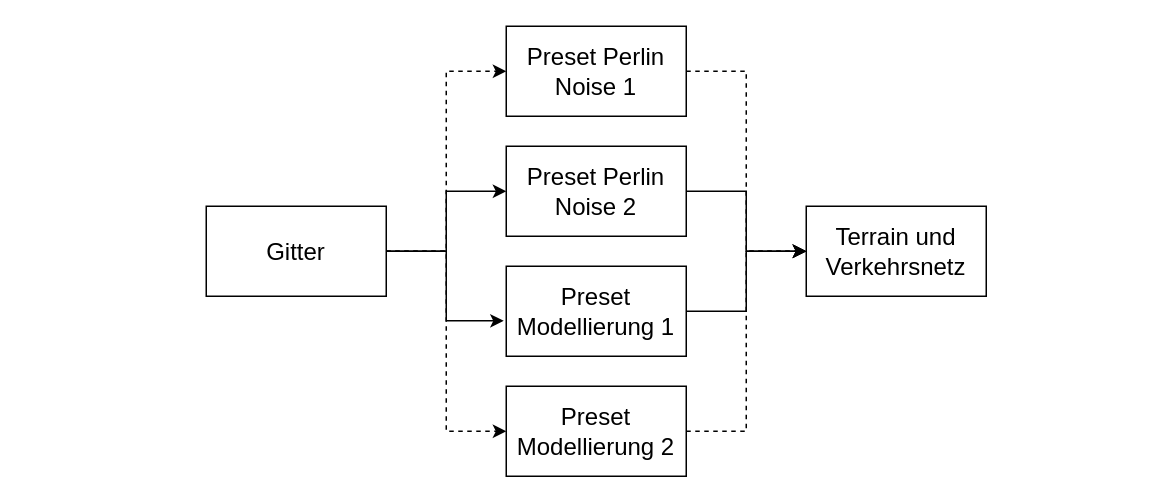
Earlier version of the draw.io diagram page "Page-11" (10 of 10) of Untitled Diagram.drawio (IMGSaibh/Links). Source tidied: cells renumbered, new cells numbered last; positions are measured from the earlier drawing's top-left corner, leaving out a move shared by most shapes. Both pictures are drawn from the tidied source at 150%, with x=0, y=0 at pixel (206, 26).
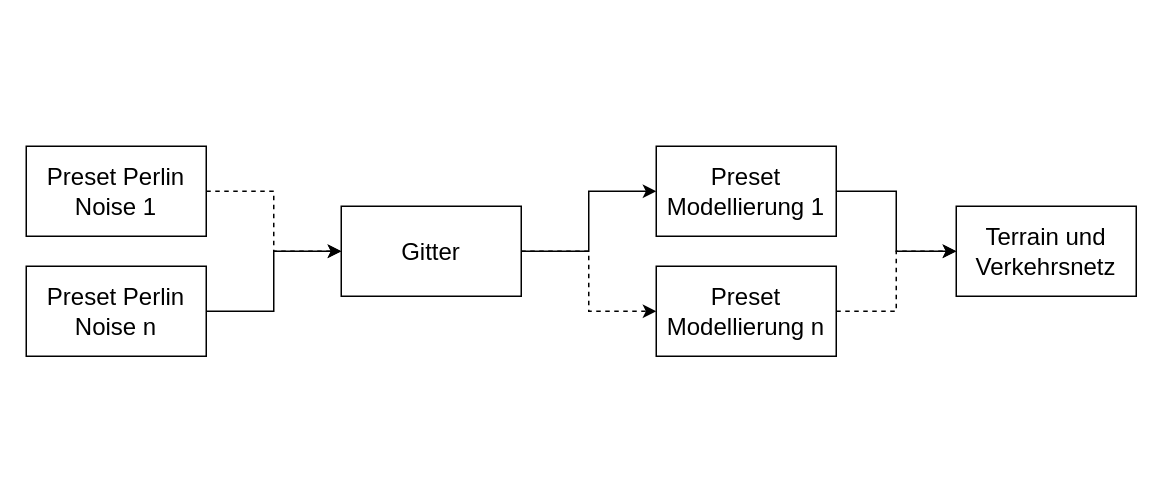
The same page after the edit.

Change to the diagram source:
```diff
@@
 <mxGraphModel>
   <root>
     <mxCell id="0" />
     <mxCell id="1" parent="0" />
-    <mxCell id="2" style="edgeStyle=orthogonalEdgeStyle;rounded=0;jettySize=auto;html=1;exitX=1;exitY=0.5;exitDx=0;exitDy=0;entryX=0;entryY=0.5;entryDx=0;entryDy=0;fontSize=16;" parent="1" edge="1" source="6" target="13">
-      <mxGeometry relative="1" as="geometry" />
-    </mxCell>
-    <mxCell id="3" style="edgeStyle=orthogonalEdgeStyle;rounded=0;jettySize=auto;html=1;exitX=1;exitY=0.5;exitDx=0;exitDy=0;entryX=0;entryY=0.5;entryDx=0;entryDy=0;fontSize=16;dashed=1;" parent="1" edge="1" source="6" target="9">
-      <mxGeometry relative="1" as="geometry" />
-    </mxCell>
-    <mxCell id="4" style="edgeStyle=orthogonalEdgeStyle;rounded=0;jettySize=auto;html=1;exitX=1;exitY=0.5;exitDx=0;exitDy=0;entryX=-0.014;entryY=0.606;entryDx=0;entryDy=0;entryPerimeter=0;fontSize=16;" parent="1" edge="1" source="6" target="11">
+    <mxCell id="4" style="edgeStyle=orthogonalEdgeStyle;rounded=0;jettySize=auto;html=1;exitX=1;exitY=0.5;exitDx=0;exitDy=0;entryX=0;entryY=0.5;entryDx=0;entryDy=0;fontSize=16;" parent="1" edge="1" source="6" target="11">
       <mxGeometry relative="1" as="geometry" />
     </mxCell>
     <mxCell id="5" style="edgeStyle=orthogonalEdgeStyle;rounded=0;jettySize=auto;html=1;exitX=1;exitY=0.5;exitDx=0;exitDy=0;entryX=0;entryY=0.5;entryDx=0;entryDy=0;fontSize=16;dashed=1;" parent="1" edge="1" source="6" target="15">
       <mxGeometry relative="1" as="geometry" />
     </mxCell>
     <mxCell id="6" value="&lt;font style=&quot;font-size: 16px;&quot;&gt;Gitter&lt;/font&gt;" style="rounded=0;whiteSpace=wrap;html=1;fillColor=none;" parent="1" vertex="1">
-      <mxGeometry y="120" width="120" height="60" as="geometry" />
+      <mxGeometry x="90" y="120" width="120" height="60" as="geometry" />
     </mxCell>
     <mxCell id="7" value="&lt;font style=&quot;font-size: 16px;&quot;&gt;Terrain und Verkehrsnetz&lt;/font&gt;" style="rounded=0;whiteSpace=wrap;html=1;fillColor=none;" parent="1" vertex="1">
-      <mxGeometry x="400" y="120" width="120" height="60" as="geometry" />
+      <mxGeometry x="500" y="120" width="120" height="60" as="geometry" />
     </mxCell>
-    <mxCell id="8" style="edgeStyle=orthogonalEdgeStyle;rounded=0;jettySize=auto;html=1;exitX=1;exitY=0.5;exitDx=0;exitDy=0;entryX=0;entryY=0.5;entryDx=0;entryDy=0;fontSize=16;dashed=1;" parent="1" edge="1" source="9" target="7">
-      <mxGeometry relative="1" as="geometry" />
-    </mxCell>
+    <mxCell id="16" style="edgeStyle=orthogonalEdgeStyle;rounded=0;jettySize=auto;html=1;exitX=1;exitY=0.5;exitDx=0;exitDy=0;entryX=0;entryY=0.5;entryDx=0;entryDy=0;startArrow=none;startFill=0;endArrow=classic;endFill=1;strokeWidth=1;dashed=1;" parent="1" edge="1" source="9" target="6">
+      <mxGeometry relative="1" as="geometry" />
+    </mxCell>
     <mxCell id="9" value="&lt;font style=&quot;font-size: 16px;&quot;&gt;Preset Perlin Noise 1&lt;/font&gt;" style="rounded=0;whiteSpace=wrap;html=1;fillColor=none;" parent="1" vertex="1">
-      <mxGeometry x="200" width="120" height="60" as="geometry" />
+      <mxGeometry x="-120" y="80" width="120" height="60" as="geometry" />
     </mxCell>
     <mxCell id="10" style="edgeStyle=orthogonalEdgeStyle;rounded=0;jettySize=auto;html=1;exitX=1;exitY=0.5;exitDx=0;exitDy=0;entryX=0;entryY=0.5;entryDx=0;entryDy=0;fontSize=16;" parent="1" edge="1" source="11" target="7">
       <mxGeometry relative="1" as="geometry" />
     </mxCell>
     <mxCell id="11" value="&lt;font style=&quot;font-size: 16px;&quot;&gt;Preset Modellierung 1&lt;/font&gt;" style="rounded=0;whiteSpace=wrap;html=1;fillColor=none;" parent="1" vertex="1">
-      <mxGeometry x="200" y="160" width="120" height="60" as="geometry" />
+      <mxGeometry x="300" y="80" width="120" height="60" as="geometry" />
     </mxCell>
-    <mxCell id="12" style="edgeStyle=orthogonalEdgeStyle;rounded=0;jettySize=auto;html=1;exitX=1;exitY=0.5;exitDx=0;exitDy=0;entryX=0;entryY=0.5;entryDx=0;entryDy=0;fontSize=16;" parent="1" edge="1" source="13" target="7">
-      <mxGeometry relative="1" as="geometry" />
-    </mxCell>
+    <mxCell id="17" style="edgeStyle=orthogonalEdgeStyle;rounded=0;jettySize=auto;html=1;exitX=1;exitY=0.5;exitDx=0;exitDy=0;entryX=0;entryY=0.5;entryDx=0;entryDy=0;endArrow=classic;endFill=1;strokeWidth=1;startArrow=none;startFill=0;" parent="1" edge="1" source="13" target="6">
+      <mxGeometry relative="1" as="geometry" />
+    </mxCell>
-    <mxCell id="13" value="&lt;font style=&quot;font-size: 16px;&quot;&gt;Preset Perlin Noise 2&lt;/font&gt;" style="rounded=0;whiteSpace=wrap;html=1;fillColor=none;" parent="1" vertex="1">
-      <mxGeometry x="200" y="80" width="120" height="60" as="geometry" />
+    <mxCell id="13" value="&lt;font style=&quot;font-size: 16px;&quot;&gt;Preset Perlin Noise n&lt;br&gt;&lt;/font&gt;" style="rounded=0;whiteSpace=wrap;html=1;fillColor=none;" parent="1" vertex="1">
+      <mxGeometry x="-120" y="160" width="120" height="60" as="geometry" />
     </mxCell>
     <mxCell id="14" style="edgeStyle=orthogonalEdgeStyle;rounded=0;jettySize=auto;html=1;exitX=1;exitY=0.5;exitDx=0;exitDy=0;entryX=0;entryY=0.5;entryDx=0;entryDy=0;fontSize=16;dashed=1;" parent="1" edge="1" source="15" target="7">
       <mxGeometry relative="1" as="geometry" />
     </mxCell>
-    <mxCell id="15" value="&lt;font style=&quot;font-size: 16px;&quot;&gt;Preset Modellierung 2&lt;/font&gt;" style="rounded=0;whiteSpace=wrap;html=1;fillColor=none;" parent="1" vertex="1">
-      <mxGeometry x="200" y="240" width="120" height="60" as="geometry" />
+    <mxCell id="15" value="&lt;font style=&quot;font-size: 16px;&quot;&gt;Preset Modellierung n&lt;br&gt;&lt;/font&gt;" style="rounded=0;whiteSpace=wrap;html=1;fillColor=none;" parent="1" vertex="1">
+      <mxGeometry x="300" y="160" width="120" height="60" as="geometry" />
     </mxCell>
   </root>
 </mxGraphModel>
```
